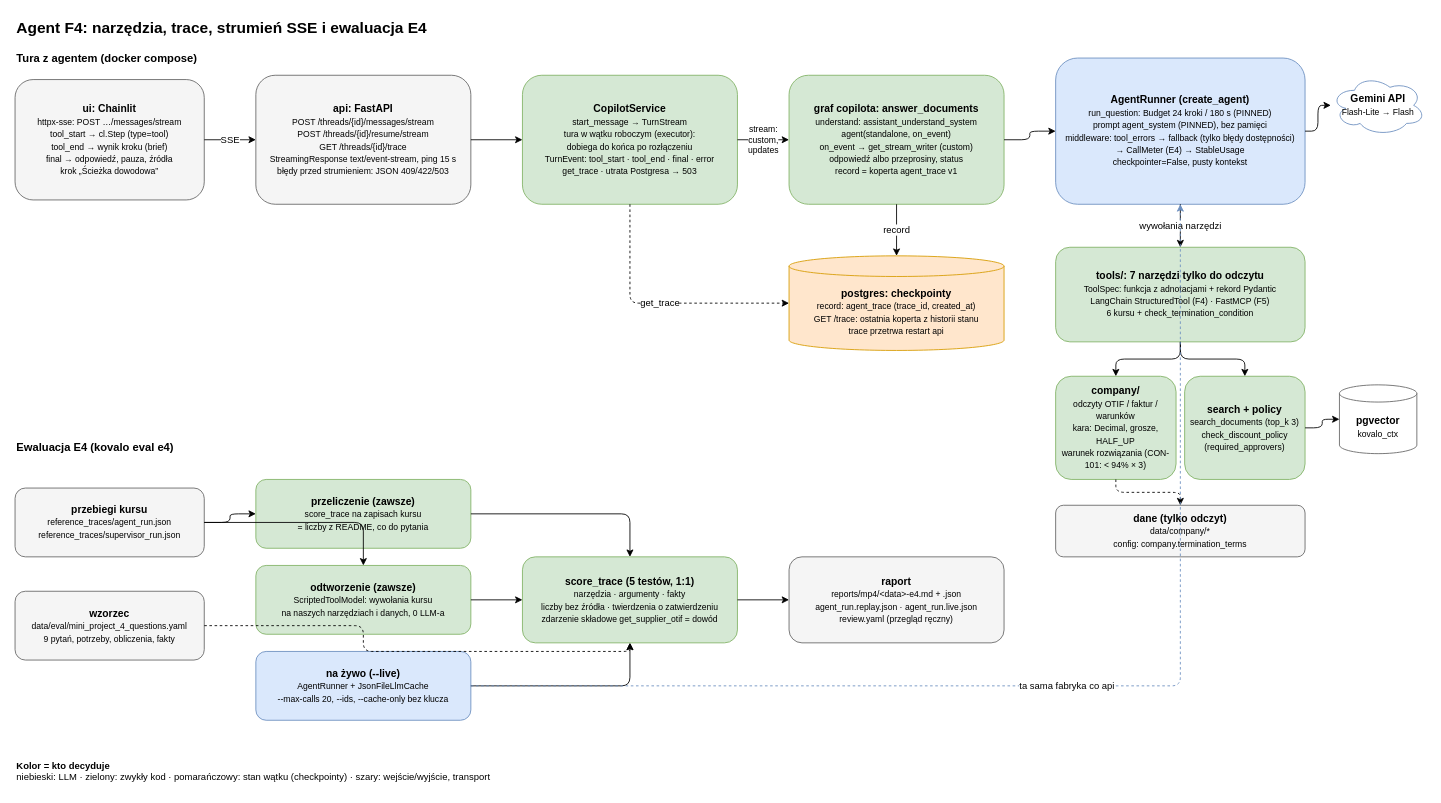
Above: page "6. Agent F4: narzędzia, trace, SSE, E4" (6 of 8) of docs/architecture/kovalo-architecture.drawio in oszypczy/kovalo-copilot (draw.io), before the change. Source tidied: cells renumbered, new cells numbered last; positions are measured from the earlier drawing's top-left corner, leaving out a move shared by most shapes. Both pictures are drawn from the tidied source at 86%, with x=0, y=0 at pixel (15, 15).
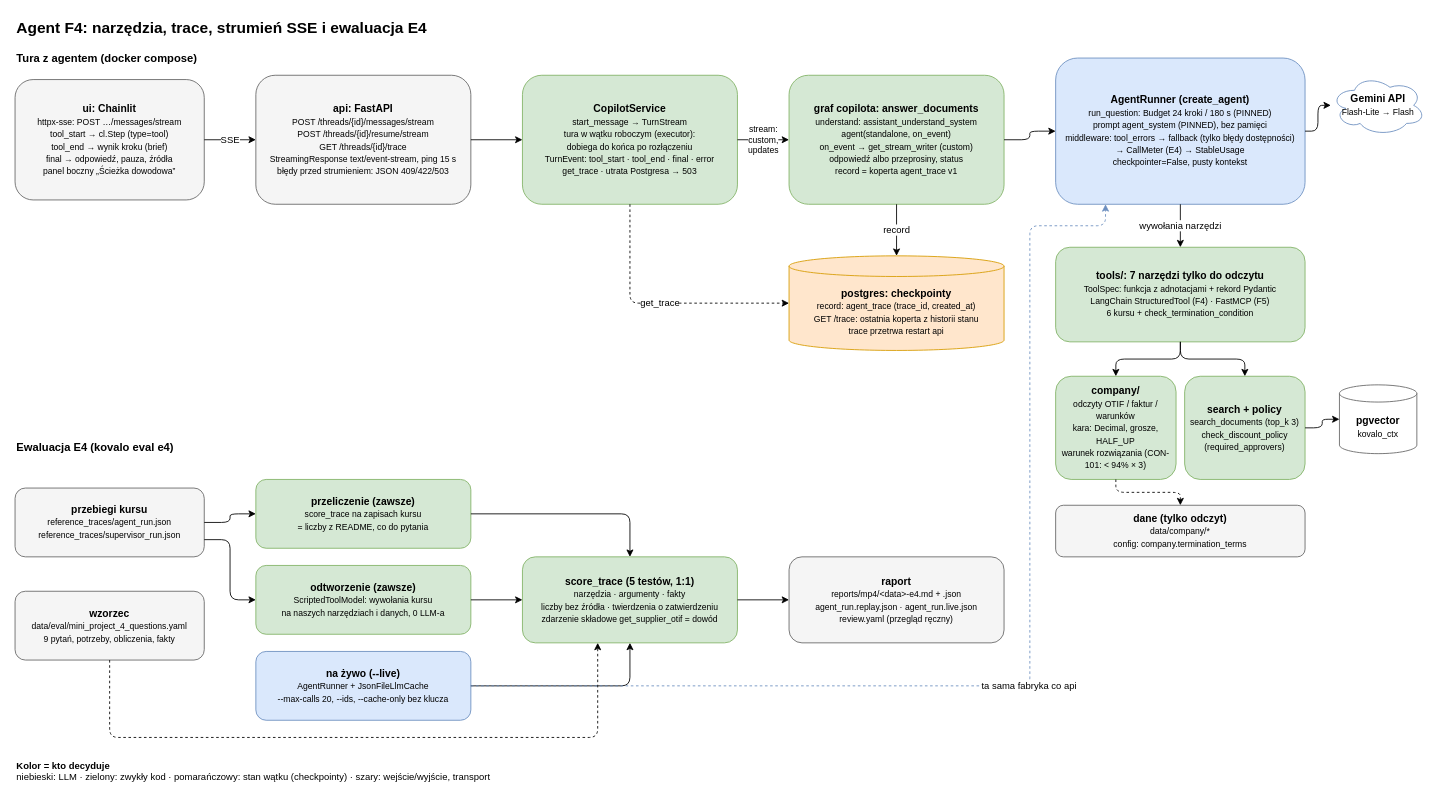
The same diagram, later.

Unchanged cells that the change refers to:
```xml
<mxCell id="8" value="&lt;b&gt;AgentRunner (create_agent)&lt;/b&gt;&lt;br&gt;&lt;font style=&quot;font-size:10px&quot;&gt;run_question: Budget 24 kroki / 180 s (PINNED)&lt;br&gt;prompt agent_system (PINNED), bez pamięci&lt;br&gt;middleware: tool_errors → fallback (tylko błędy dostępności)&lt;br&gt;→ CallMeter (E4) → StableUsage&lt;br&gt;checkpointer=False, pusty kontekst&lt;/font&gt;" style="rounded=1;fillColor=#dae8fc;strokeColor=#6c8ebf;whiteSpace=wrap;html=1;" parent="1" vertex="1">
  <mxGeometry x="1210" y="50" width="290" height="170" as="geometry" />
</mxCell>
<mxCell id="29" value="&lt;b&gt;przebiegi kursu&lt;/b&gt;&lt;br&gt;&lt;font style=&quot;font-size:10px&quot;&gt;reference_traces/agent_run.json&lt;br&gt;reference_traces/supervisor_run.json&lt;/font&gt;" style="rounded=1;fillColor=#f5f5f5;strokeColor=#666666;whiteSpace=wrap;html=1;" parent="1" vertex="1">
  <mxGeometry y="550" width="220" height="80" as="geometry" />
</mxCell>
<mxCell id="30" value="&lt;b&gt;wzorzec&lt;/b&gt;&lt;br&gt;&lt;font style=&quot;font-size:10px&quot;&gt;data/eval/mini_project_4_questions.yaml&lt;br&gt;9 pytań, potrzeby, obliczenia, fakty&lt;/font&gt;" style="rounded=1;fillColor=#f5f5f5;strokeColor=#666666;whiteSpace=wrap;html=1;" parent="1" vertex="1">
  <mxGeometry y="670" width="220" height="80" as="geometry" />
</mxCell>
<mxCell id="32" value="&lt;b&gt;odtworzenie (zawsze)&lt;/b&gt;&lt;br&gt;&lt;font style=&quot;font-size:10px&quot;&gt;ScriptedToolModel: wywołania kursu&lt;br&gt;na naszych narzędziach i danych, 0 LLM-a&lt;/font&gt;" style="rounded=1;fillColor=#d5e8d4;strokeColor=#82b366;whiteSpace=wrap;html=1;" parent="1" vertex="1">
  <mxGeometry x="280" y="640" width="250" height="80" as="geometry" />
</mxCell>
<mxCell id="33" value="&lt;b&gt;na żywo (--live)&lt;/b&gt;&lt;br&gt;&lt;font style=&quot;font-size:10px&quot;&gt;AgentRunner + JsonFileLlmCache&lt;br&gt;--max-calls 20, --ids, --cache-only bez klucza&lt;/font&gt;" style="rounded=1;fillColor=#dae8fc;strokeColor=#6c8ebf;whiteSpace=wrap;html=1;" parent="1" vertex="1">
  <mxGeometry x="280" y="740" width="250" height="80" as="geometry" />
</mxCell>
<mxCell id="34" value="&lt;b&gt;score_trace (5 testów, 1:1)&lt;/b&gt;&lt;br&gt;&lt;font style=&quot;font-size:10px&quot;&gt;narzędzia · argumenty · fakty&lt;br&gt;liczby bez źródła · twierdzenia o zatwierdzeniu&lt;br&gt;zdarzenie składowe get_supplier_otif = dowód&lt;/font&gt;" style="rounded=1;fillColor=#d5e8d4;strokeColor=#82b366;whiteSpace=wrap;html=1;" parent="1" vertex="1">
  <mxGeometry x="590" y="630" width="250" height="100" as="geometry" />
</mxCell>
```

The edit, as a diff of the source:
```diff
@@
-    <mxCell id="4" value="&lt;b&gt;ui: Chainlit&lt;/b&gt;&lt;br&gt;&lt;font style=&quot;font-size:10px&quot;&gt;httpx-sse: POST …/messages/stream&lt;br&gt;tool_start → cl.Step (type=tool)&lt;br&gt;tool_end → wynik kroku (brief)&lt;br&gt;final → odpowiedź, pauza, źródła&lt;br&gt;krok „Ścieżka dowodowa”&lt;/font&gt;" style="rounded=1;fillColor=#f5f5f5;strokeColor=#666666;whiteSpace=wrap;html=1;" parent="1" vertex="1">
+    <mxCell id="4" value="&lt;b&gt;ui: Chainlit&lt;/b&gt;&lt;br&gt;&lt;font style=&quot;font-size:10px&quot;&gt;httpx-sse: POST …/messages/stream&lt;br&gt;tool_start → cl.Step (type=tool)&lt;br&gt;tool_end → wynik kroku (brief)&lt;br&gt;final → odpowiedź, pauza, źródła&lt;br&gt;panel boczny „Ścieżka dowodowa”&lt;/font&gt;" style="rounded=1;fillColor=#f5f5f5;strokeColor=#666666;whiteSpace=wrap;html=1;" parent="1" vertex="1">
       <mxGeometry y="75" width="220" height="140" as="geometry" />
     </mxCell>
@@
-    <mxCell id="37" style="edgeStyle=orthogonalEdgeStyle;rounded=1;html=1;defaultLabelBackgroundColor=page;" parent="1" edge="1" source="29" target="32">
-      <mxGeometry relative="1" as="geometry" />
+    <mxCell id="37" style="edgeStyle=orthogonalEdgeStyle;rounded=1;html=1;defaultLabelBackgroundColor=page;exitX=1;exitY=0.75;entryX=0;entryY=0.5;" parent="1" edge="1" source="29" target="32">
+      <mxGeometry relative="1" as="geometry">
+        <Array as="points">
+          <mxPoint x="250" y="610" />
+          <mxPoint x="250" y="680" />
+        </Array>
+      </mxGeometry>
     </mxCell>
@@
-    <mxCell id="41" style="edgeStyle=orthogonalEdgeStyle;rounded=1;html=1;defaultLabelBackgroundColor=page;dashed=1;exitX=1;exitY=0.5;entryX=0.5;entryY=1;" parent="1" edge="1" source="30" target="34">
-      <mxGeometry relative="1" as="geometry" />
+    <mxCell id="41" style="edgeStyle=orthogonalEdgeStyle;rounded=1;html=1;defaultLabelBackgroundColor=page;dashed=1;exitX=0.5;exitY=1;entryX=0.35;entryY=1;" parent="1" edge="1" source="30" target="34">
+      <mxGeometry relative="1" as="geometry">
+        <Array as="points">
+          <mxPoint x="110" y="840" />
+          <mxPoint x="677.5" y="840" />
+        </Array>
+      </mxGeometry>
     </mxCell>
@@
-    <mxCell id="43" value="ta sama fabryka co api" style="edgeStyle=orthogonalEdgeStyle;rounded=1;html=1;defaultLabelBackgroundColor=page;dashed=1;strokeColor=#6c8ebf;exitX=1;exitY=0.5;entryX=0.5;entryY=1;" parent="1" edge="1" source="33" target="8">
-      <mxGeometry relative="1" as="geometry" />
+    <mxCell id="43" value="ta sama fabryka co api" style="edgeStyle=orthogonalEdgeStyle;rounded=1;html=1;defaultLabelBackgroundColor=page;dashed=1;strokeColor=#6c8ebf;exitX=1;exitY=0.5;entryX=0.2;entryY=1;" parent="1" edge="1" source="33" target="8">
+      <mxGeometry relative="1" as="geometry">
+        <Array as="points">
+          <mxPoint x="1180" y="780" />
+          <mxPoint x="1180" y="245" />
+          <mxPoint x="1268" y="245" />
+        </Array>
+      </mxGeometry>
     </mxCell>
```
